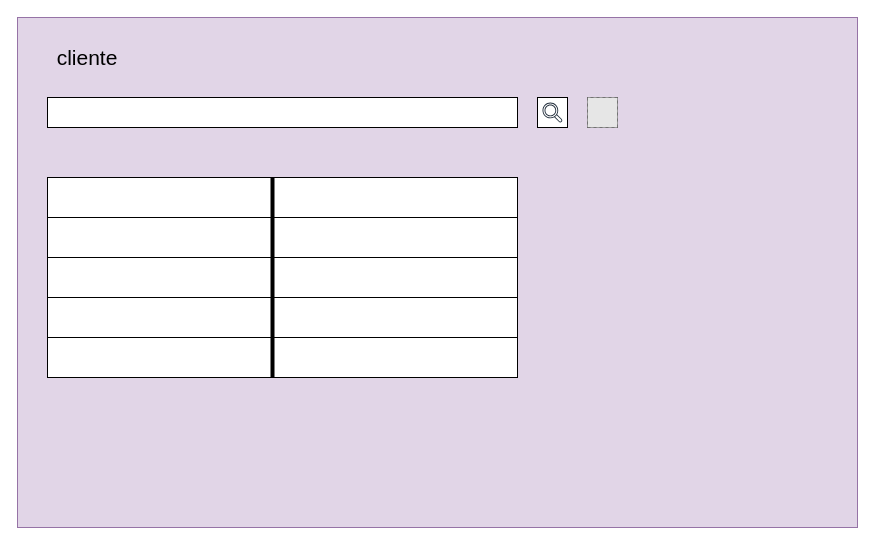
luisplathdm/fluxo keeps this draw.io diagram as page "Página-5" (5 of 5) of fluxosgramas.drawio. Above is the earlier version. Source tidied: cells renumbered, new cells numbered last; positions are measured from the earlier drawing's top-left corner, leaving out a move shared by most shapes. Both pictures are drawn from the tidied source at 100%, with x=0, y=0 at pixel (17, 17). Pictures stored in the file or linked from it are replaced by grey dashed boxes.
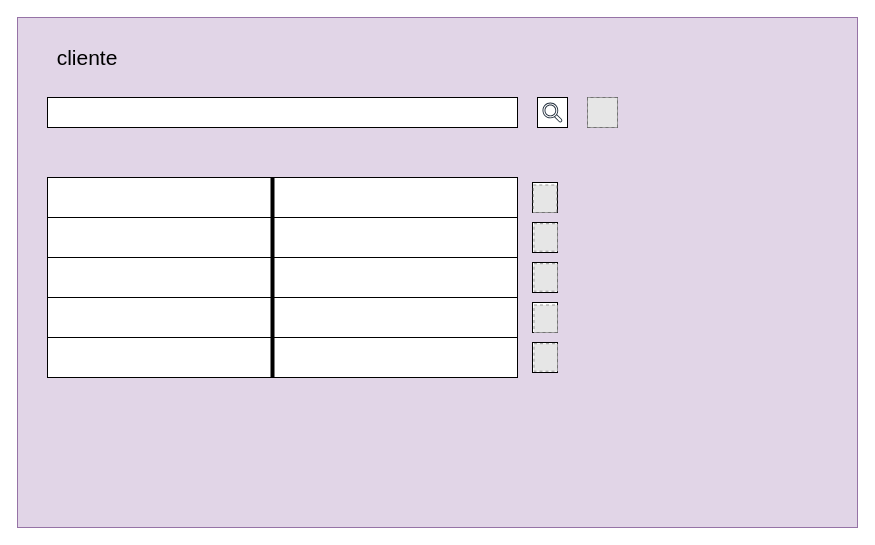
The same diagram, later.

What changed in the source:
```diff
@@
+    <mxCell id="15" style="rounded=0;whiteSpace=wrap;html=1;" parent="1" vertex="1">
+      <mxGeometry x="515" y="245" width="25" height="30" as="geometry" />
+    </mxCell>
+    <mxCell id="16" style="rounded=0;whiteSpace=wrap;html=1;" parent="1" vertex="1">
+      <mxGeometry x="515" y="285" width="25" height="30" as="geometry" />
+    </mxCell>
+    <mxCell id="17" style="rounded=0;whiteSpace=wrap;html=1;" parent="1" vertex="1">
+      <mxGeometry x="515" y="165" width="25" height="30" as="geometry" />
+    </mxCell>
+    <mxCell id="18" style="rounded=0;whiteSpace=wrap;html=1;" parent="1" vertex="1">
+      <mxGeometry x="515" y="205" width="25" height="30" as="geometry" />
+    </mxCell>
+    <mxCell id="19" style="rounded=0;whiteSpace=wrap;html=1;" parent="1" vertex="1">
+      <mxGeometry x="515" y="325" width="25" height="30" as="geometry" />
+    </mxCell>
+    <mxCell id="20" style="fillColor=#E6E6E6;strokeColor=#999999;dashed=1;html=1;verticalLabelPosition=bottom;verticalAlign=top;" parent="1" vertex="1">
+      <mxGeometry x="516.5" y="287.5" width="23.5" height="27.5" as="geometry" />
+    </mxCell>
+    <mxCell id="21" style="fillColor=#E6E6E6;strokeColor=#999999;dashed=1;html=1;verticalLabelPosition=bottom;verticalAlign=top;" parent="1" vertex="1">
+      <mxGeometry x="516.5" y="246.2" width="23.5" height="27.5" as="geometry" />
+    </mxCell>
+    <mxCell id="22" style="fillColor=#E6E6E6;strokeColor=#999999;dashed=1;html=1;verticalLabelPosition=bottom;verticalAlign=top;" parent="1" vertex="1">
+      <mxGeometry x="516.5" y="326.2" width="23.5" height="27.5" as="geometry" />
+    </mxCell>
+    <mxCell id="23" style="fillColor=#E6E6E6;strokeColor=#999999;dashed=1;html=1;verticalLabelPosition=bottom;verticalAlign=top;" parent="1" vertex="1">
+      <mxGeometry x="516.5" y="206.2" width="23.5" height="27.5" as="geometry" />
+    </mxCell>
+    <mxCell id="24" style="fillColor=#E6E6E6;strokeColor=#999999;dashed=1;html=1;verticalLabelPosition=bottom;verticalAlign=top;" parent="1" vertex="1">
+      <mxGeometry x="515.8" y="167.5" width="23.5" height="27.5" as="geometry" />
+    </mxCell>
```
